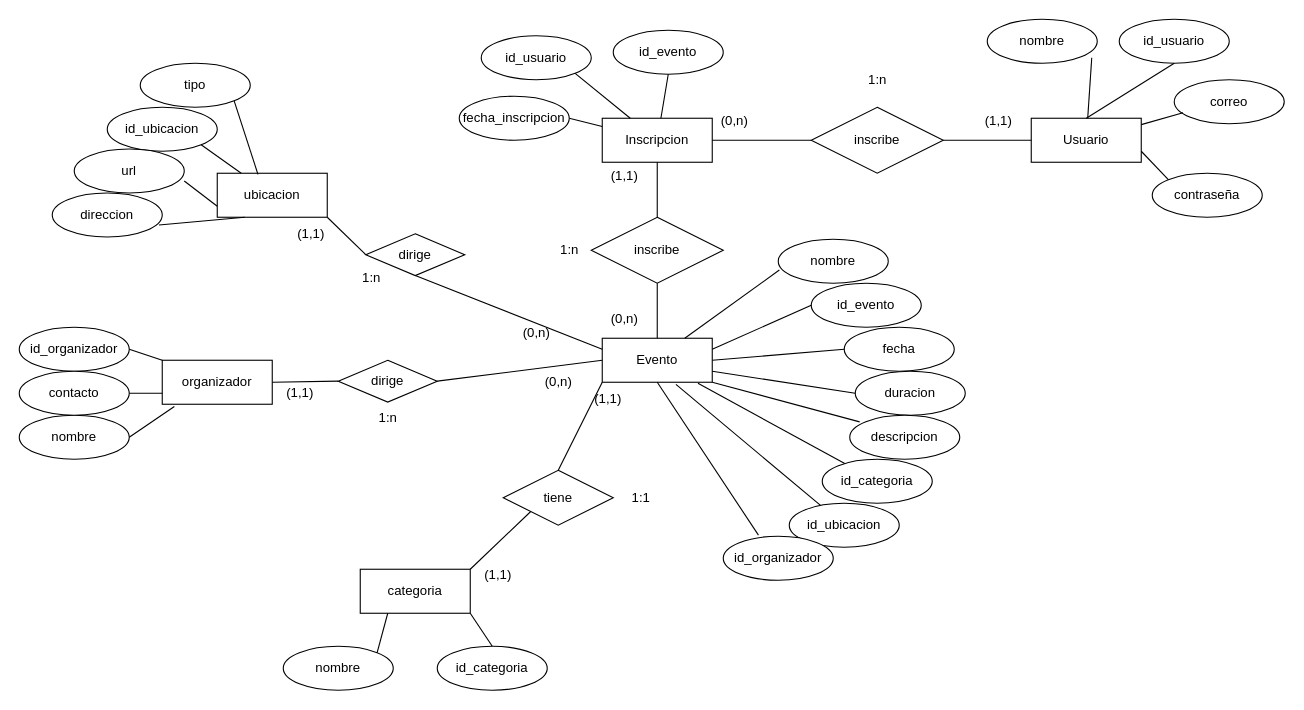
This is page "E-R" (1 of 2) of sql/DigramaER.drawio from hugogago/ProyectoIndra, a draw.io file, before an edit. Source tidied: cells renumbered, new cells numbered last; positions are measured from the earlier drawing's top-left corner, leaving out a move shared by most shapes. Both pictures are drawn from the tidied source at 110%, with x=0, y=0 at pixel (19, 19).
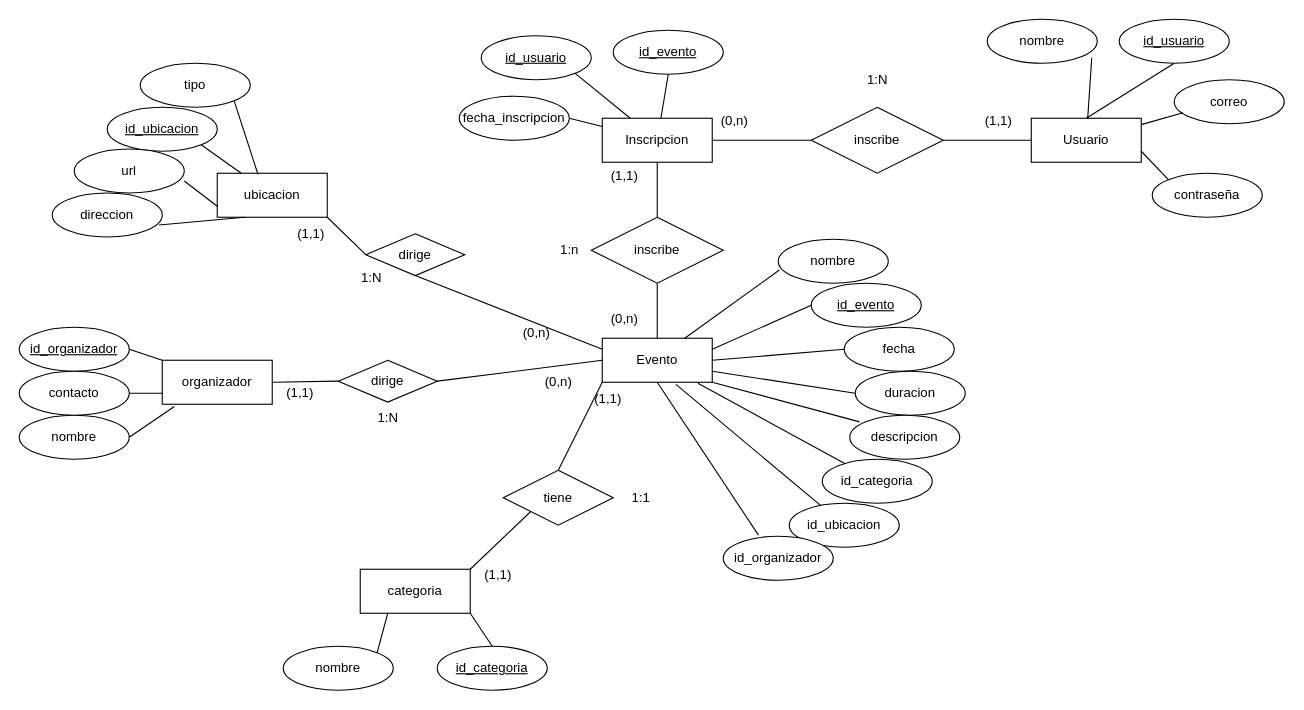
Above is the later version.

Change to the diagram source:
```diff
@@
-    <mxCell id="3" value="id_usuario" style="ellipse;whiteSpace=wrap;html=1;align=center;" parent="1" vertex="1">
+    <mxCell id="3" value="&lt;u&gt;id_usuario&lt;/u&gt;" style="ellipse;whiteSpace=wrap;html=1;align=center;" parent="1" vertex="1">
       <mxGeometry x="420" y="15" width="100" height="40" as="geometry" />
     </mxCell>
-    <mxCell id="4" value="id_evento" style="ellipse;whiteSpace=wrap;html=1;align=center;" parent="1" vertex="1">
+    <mxCell id="4" value="&lt;u&gt;id_evento&lt;/u&gt;" style="ellipse;whiteSpace=wrap;html=1;align=center;" parent="1" vertex="1">
       <mxGeometry x="540" y="10" width="100" height="40" as="geometry" />
     </mxCell>
@@
-    <mxCell id="10" value="id_usuario" style="ellipse;whiteSpace=wrap;html=1;align=center;" parent="1" vertex="1">
+    <mxCell id="10" value="&lt;u&gt;id_usuario&lt;/u&gt;" style="ellipse;whiteSpace=wrap;html=1;align=center;" parent="1" vertex="1">
       <mxGeometry x="1000" width="100" height="40" as="geometry" />
     </mxCell>
@@
-    <mxCell id="25" value="id_evento" style="ellipse;whiteSpace=wrap;html=1;align=center;" parent="1" vertex="1">
+    <mxCell id="25" value="&lt;u&gt;id_evento&lt;/u&gt;" style="ellipse;whiteSpace=wrap;html=1;align=center;" parent="1" vertex="1">
       <mxGeometry x="720" y="240" width="100" height="40" as="geometry" />
     </mxCell>
@@
-    <mxCell id="46" value="1:n" style="text;html=1;align=center;verticalAlign=middle;strokeColor=none;fillColor=none;" parent="1" vertex="1">
+    <mxCell id="46" value="1:N" style="text;html=1;align=center;verticalAlign=middle;strokeColor=none;fillColor=none;" parent="1" vertex="1">
       <mxGeometry x="760" y="40" width="40" height="30" as="geometry" />
     </mxCell>
@@
-    <mxCell id="50" value="id_categoria" style="ellipse;whiteSpace=wrap;html=1;align=center;" parent="1" vertex="1">
+    <mxCell id="50" value="&lt;u&gt;id_categoria&lt;/u&gt;" style="ellipse;whiteSpace=wrap;html=1;align=center;" parent="1" vertex="1">
       <mxGeometry x="380" y="570" width="100" height="40" as="geometry" />
     </mxCell>
@@
-    <mxCell id="62" value="id_organizador" style="ellipse;whiteSpace=wrap;html=1;align=center;" parent="1" vertex="1">
+    <mxCell id="62" value="&lt;u&gt;id_organizador&lt;/u&gt;" style="ellipse;whiteSpace=wrap;html=1;align=center;" parent="1" vertex="1">
       <mxGeometry y="280" width="100" height="40" as="geometry" />
     </mxCell>
@@
-    <mxCell id="72" value="1:n" style="text;html=1;align=center;verticalAlign=middle;strokeColor=none;fillColor=none;" parent="1" vertex="1">
+    <mxCell id="72" value="1:N" style="text;html=1;align=center;verticalAlign=middle;strokeColor=none;fillColor=none;" parent="1" vertex="1">
       <mxGeometry x="315" y="348" width="40" height="30" as="geometry" />
     </mxCell>
-    <mxCell id="73" value="id_ubicacion" style="ellipse;whiteSpace=wrap;html=1;align=center;" parent="1" vertex="1">
+    <mxCell id="73" value="&lt;u&gt;id_ubicacion&lt;/u&gt;" style="ellipse;whiteSpace=wrap;html=1;align=center;" parent="1" vertex="1">
       <mxGeometry x="80" y="80" width="100" height="40" as="geometry" />
     </mxCell>
@@
-    <mxCell id="85" value="1:n" style="text;html=1;align=center;verticalAlign=middle;strokeColor=none;fillColor=none;" parent="1" vertex="1">
+    <mxCell id="85" value="1:N" style="text;html=1;align=center;verticalAlign=middle;strokeColor=none;fillColor=none;" parent="1" vertex="1">
       <mxGeometry x="300" y="220" width="40" height="30" as="geometry" />
     </mxCell>
```
